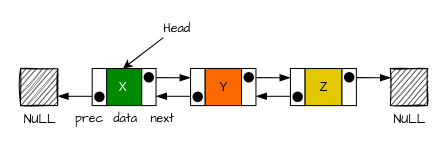
Above: page "图1-3" (3 of 8) of doc/2022-07-30-array-list.drawio in fuzhengwei/java-algorithms (draw.io), before the change. Source tidied: cells renumbered, new cells numbered last; positions are measured from the earlier drawing's top-left corner, leaving out a move shared by most shapes. Both pictures are drawn from the tidied source at 103%, with x=0, y=0 at pixel (18, 18).
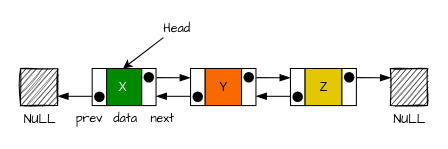
The same diagram, later.

Diff of the diagram source:
```diff
@@
-    <mxCell id="29" value="prec" style="text;html=1;align=center;verticalAlign=middle;strokeColor=none;fillColor=none;fontFamily=Comic Sans MS;" parent="1" vertex="1">
-      <mxGeometry x="51.5" y="88.5" width="35" height="18" as="geometry" />
+    <mxCell id="29" value="prev" style="text;html=1;align=center;verticalAlign=middle;strokeColor=none;fillColor=none;fontFamily=Comic Sans MS;" parent="1" vertex="1">
+      <mxGeometry x="47.5" y="84.5" width="43" height="26" as="geometry" />
     </mxCell>
```
